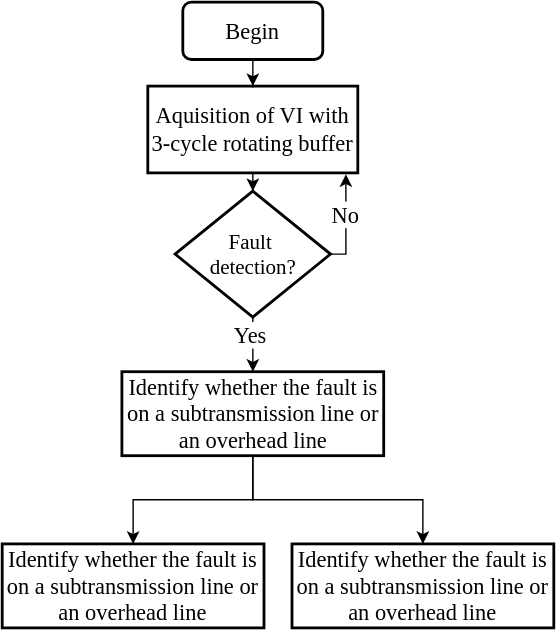
CaioVCGrilo/fluxogramas keeps this draw.io diagram as Diagrama sem nome.drawio.svg. Above is the earlier version. Source tidied: cells renumbered, new cells last; positions are measured from the earlier drawing's top-left corner, leaving out a move shared by most shapes.
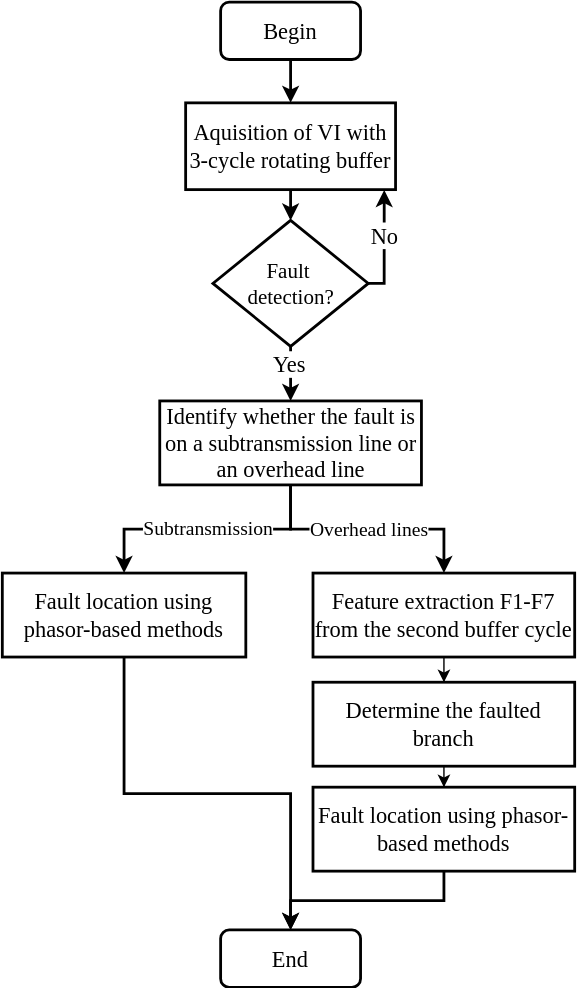
Above is the later version.

What changed in the source:
```diff
@@ -2,19 +2,19 @@
   <root>
     <mxCell id="0" />
     <mxCell id="1" parent="0" />
-    <mxCell id="2" style="edgeStyle=orthogonalEdgeStyle;rounded=0;jettySize=auto;html=1;" parent="1" edge="1" source="3" target="10">
+    <mxCell id="2" style="edgeStyle=orthogonalEdgeStyle;rounded=0;jettySize=auto;html=1;strokeWidth=2;" parent="1" edge="1" source="3" target="10">
       <mxGeometry relative="1" as="geometry" />
     </mxCell>
     <mxCell id="3" value="&lt;font style=&quot;font-size: 16px;&quot; face=&quot;Times New Roman&quot;&gt;Aquisition of VI with 3-cycle rotating buffer&lt;/font&gt;" style="rounded=0;whiteSpace=wrap;html=1;strokeWidth=2;" parent="1" vertex="1">
-      <mxGeometry x="104" y="60" width="150" height="62" as="geometry" />
+      <mxGeometry x="140" y="51" width="150" height="62" as="geometry" />
     </mxCell>
-    <mxCell id="4" style="edgeStyle=orthogonalEdgeStyle;rounded=0;jettySize=auto;html=1;" parent="1" edge="1" source="5" target="3">
+    <mxCell id="4" style="edgeStyle=orthogonalEdgeStyle;rounded=0;jettySize=auto;html=1;strokeWidth=2;" parent="1" edge="1" source="5" target="3">
       <mxGeometry relative="1" as="geometry" />
     </mxCell>
     <mxCell id="5" value="&lt;pre&gt;&lt;font style=&quot;font-weight: normal; font-size: 16px;&quot; face=&quot;Times New Roman&quot;&gt;Begin&lt;/font&gt;&lt;/pre&gt;" style="rounded=1;whiteSpace=wrap;html=1;strokeWidth=2;" parent="1" vertex="1">
-      <mxGeometry x="129" width="100" height="41" as="geometry" />
+      <mxGeometry x="165" y="-21" width="100" height="41" as="geometry" />
     </mxCell>
-    <mxCell id="6" style="edgeStyle=orthogonalEdgeStyle;rounded=0;jettySize=auto;html=1;" parent="1" edge="1" source="10" target="13">
+    <mxCell id="6" style="edgeStyle=orthogonalEdgeStyle;rounded=0;jettySize=auto;html=1;strokeWidth=2;" parent="1" edge="1" source="10" target="13">
       <mxGeometry relative="1" as="geometry" />
     </mxCell>
     <mxCell id="7" value="&lt;font style=&quot;font-size: 16px;&quot; face=&quot;Times New Roman&quot;&gt;Yes&lt;/font&gt;" style="edgeLabel;html=1;align=center;verticalAlign=middle;" parent="6" vertex="1">
@@ -22,13 +22,12 @@
         <mxPoint x="-3" y="-5" as="offset" />
       </mxGeometry>
     </mxCell>
-    <mxCell id="8" style="edgeStyle=orthogonalEdgeStyle;rounded=0;orthogonalLoop=1;jettySize=auto;html=1;exitX=1;exitY=0.5;exitDx=0;exitDy=0;" parent="1" edge="1">
+    <mxCell id="8" style="edgeStyle=orthogonalEdgeStyle;rounded=0;jettySize=auto;html=1;exitX=1;exitY=0.5;exitDx=0;exitDy=0;strokeWidth=2;entryX=0.946;entryY=1.004;entryDx=0;entryDy=0;entryPerimeter=0;" parent="1" edge="1" target="3">
       <mxGeometry relative="1" as="geometry">
-        <mxPoint x="225" y="187.5" as="sourcePoint" />
-        <mxPoint x="245.5" y="123" as="targetPoint" />
+        <mxPoint x="261" y="187.5" as="sourcePoint" />
         <Array as="points">
-          <mxPoint x="225" y="180" />
-          <mxPoint x="246" y="180" />
+          <mxPoint x="261" y="180" />
+          <mxPoint x="282" y="180" />
         </Array>
       </mxGeometry>
     </mxCell>
@@ -36,22 +35,53 @@
       <mxGeometry x="0.31" y="1" relative="1" as="geometry" />
     </mxCell>
     <mxCell id="10" value="&lt;font face=&quot;Times New Roman&quot; style=&quot;font-size: 15px;&quot;&gt;Fault&amp;nbsp;&lt;/font&gt;&lt;div style=&quot;font-size: 15px;&quot;&gt;&lt;font face=&quot;Times New Roman&quot; style=&quot;font-size: 15px;&quot;&gt;detection&lt;/font&gt;&lt;font face=&quot;Times New Roman&quot; style=&quot;font-size: 15px;&quot;&gt;?&lt;/font&gt;&lt;/div&gt;" style="rhombus;whiteSpace=wrap;html=1;strokeWidth=2;" parent="1" vertex="1">
-      <mxGeometry x="123.5" y="135" width="111" height="90" as="geometry" />
+      <mxGeometry x="159.5" y="135" width="111" height="90" as="geometry" />
     </mxCell>
-    <mxCell id="11" style="edgeStyle=orthogonalEdgeStyle;rounded=0;jettySize=auto;html=1;" parent="1" edge="1" source="13" target="14">
+    <mxCell id="11" style="edgeStyle=orthogonalEdgeStyle;rounded=0;jettySize=auto;html=1;strokeWidth=2;" parent="1" edge="1" source="13" target="14">
       <mxGeometry relative="1" as="geometry" />
     </mxCell>
+    <mxCell id="16" value="&lt;font style=&quot;font-size: 14px;&quot; face=&quot;Times New Roman&quot;&gt;Subtransmission&lt;/font&gt;" style="edgeLabel;html=1;align=center;verticalAlign=middle;" parent="11" vertex="1">
+      <mxGeometry x="0.24" relative="1" as="geometry">
+        <mxPoint x="22" as="offset" />
+      </mxGeometry>
+    </mxCell>
-    <mxCell id="12" style="edgeStyle=orthogonalEdgeStyle;rounded=0;jettySize=auto;html=1;" parent="1" edge="1" source="13" target="15">
+    <mxCell id="12" style="edgeStyle=orthogonalEdgeStyle;rounded=0;jettySize=auto;html=1;strokeWidth=2;" parent="1" edge="1" source="13" target="15">
       <mxGeometry relative="1" as="geometry" />
     </mxCell>
+    <mxCell id="17" value="&lt;font style=&quot;font-size: 14px;&quot; face=&quot;Times New Roman&quot;&gt;Overhead lines&lt;/font&gt;" style="edgeLabel;html=1;align=center;verticalAlign=middle;" parent="12" vertex="1">
+      <mxGeometry x="-0.09" y="-1" relative="1" as="geometry">
+        <mxPoint x="8" as="offset" />
+      </mxGeometry>
+    </mxCell>
     <mxCell id="13" value="&lt;font style=&quot;font-size: 16px;&quot; face=&quot;Times New Roman&quot;&gt;Identify whether the fault is on a subtransmission line or an overhead line&lt;/font&gt;" style="whiteSpace=wrap;html=1;strokeWidth=2;" parent="1" vertex="1">
-      <mxGeometry x="85.5" y="264" width="187" height="60" as="geometry" />
+      <mxGeometry x="121.5" y="264" width="187" height="60" as="geometry" />
     </mxCell>
+    <mxCell id="18" style="edgeStyle=orthogonalEdgeStyle;rounded=0;jettySize=auto;html=1;entryX=0.5;entryY=0;entryDx=0;entryDy=0;strokeWidth=2;" parent="1" edge="1" source="14" target="24">
+      <mxGeometry relative="1" as="geometry" />
+    </mxCell>
-    <mxCell id="14" value="&lt;font style=&quot;font-size: 16px;&quot; face=&quot;Times New Roman&quot;&gt;Identify whether the fault is on a subtransmission line or an overhead line&lt;/font&gt;" style="whiteSpace=wrap;html=1;strokeWidth=2;" parent="1" vertex="1">
-      <mxGeometry y="387" width="187" height="60" as="geometry" />
+    <mxCell id="14" value="&lt;font face=&quot;Times New Roman&quot;&gt;&lt;span style=&quot;font-size: 16px;&quot;&gt;Fault location using phasor-based methods&lt;/span&gt;&lt;/font&gt;" style="whiteSpace=wrap;html=1;strokeWidth=2;" parent="1" vertex="1">
+      <mxGeometry x="9" y="387" width="174" height="60" as="geometry" />
     </mxCell>
+    <mxCell id="19" style="edgeStyle=orthogonalEdgeStyle;rounded=0;jettySize=auto;html=1;" parent="1" edge="1" source="15" target="21">
+      <mxGeometry relative="1" as="geometry" />
+    </mxCell>
-    <mxCell id="15" value="&lt;font style=&quot;font-size: 16px;&quot; face=&quot;Times New Roman&quot;&gt;Identify whether the fault is on a subtransmission line or an overhead line&lt;/font&gt;" style="whiteSpace=wrap;html=1;strokeWidth=2;" parent="1" vertex="1">
-      <mxGeometry x="207" y="387" width="187" height="60" as="geometry" />
+    <mxCell id="15" value="&lt;font face=&quot;Times New Roman&quot;&gt;&lt;span style=&quot;font-size: 16px;&quot;&gt;Feature extraction F1-F7 from the second buffer cycle&lt;/span&gt;&lt;/font&gt;" style="whiteSpace=wrap;html=1;strokeWidth=2;" parent="1" vertex="1">
+      <mxGeometry x="231" y="387" width="187" height="60" as="geometry" />
     </mxCell>
+    <mxCell id="20" style="edgeStyle=orthogonalEdgeStyle;rounded=0;jettySize=auto;html=1;" parent="1" edge="1" source="21" target="23">
+      <mxGeometry relative="1" as="geometry" />
+    </mxCell>
+    <mxCell id="21" value="&lt;font face=&quot;Times New Roman&quot;&gt;&lt;span style=&quot;font-size: 16px;&quot;&gt;Determine the faulted branch&lt;/span&gt;&lt;/font&gt;" style="whiteSpace=wrap;html=1;strokeWidth=2;" parent="1" vertex="1">
+      <mxGeometry x="231" y="465" width="187" height="60" as="geometry" />
+    </mxCell>
+    <mxCell id="22" style="edgeStyle=orthogonalEdgeStyle;rounded=0;jettySize=auto;html=1;entryX=0.5;entryY=0;entryDx=0;entryDy=0;strokeWidth=2;" parent="1" edge="1" source="23" target="24">
+      <mxGeometry relative="1" as="geometry" />
+    </mxCell>
+    <mxCell id="23" value="&lt;span style=&quot;font-family: &amp;quot;Times New Roman&amp;quot;; font-size: 16px;&quot;&gt;Fault location using phasor-based methods&lt;/span&gt;" style="whiteSpace=wrap;html=1;strokeWidth=2;" parent="1" vertex="1">
+      <mxGeometry x="231" y="540" width="187" height="60" as="geometry" />
+    </mxCell>
+    <mxCell id="24" value="&lt;pre&gt;&lt;font style=&quot;font-weight: normal; font-size: 16px;&quot; face=&quot;Times New Roman&quot;&gt;End&lt;/font&gt;&lt;/pre&gt;" style="rounded=1;whiteSpace=wrap;html=1;strokeWidth=2;" parent="1" vertex="1">
+      <mxGeometry x="165" y="642" width="100" height="41" as="geometry" />
+    </mxCell>
   </root>
 </mxGraphModel>
```
